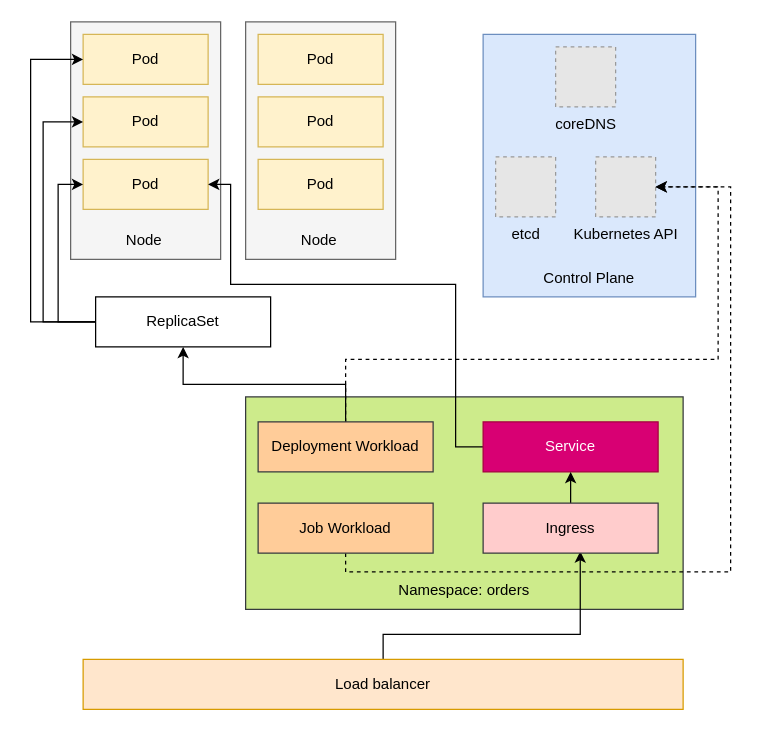
The draw.io diagram ch14.drawio in abunuwas/microservices-apis-img, before the edit. Source tidied: cells renumbered, new cells numbered last; positions are measured from the earlier drawing's top-left corner, leaving out a move shared by most shapes. Both pictures are drawn from the tidied source at 125%, with x=0, y=0 at pixel (30, 21). Pictures stored in the file or linked from it are replaced by grey dashed boxes.
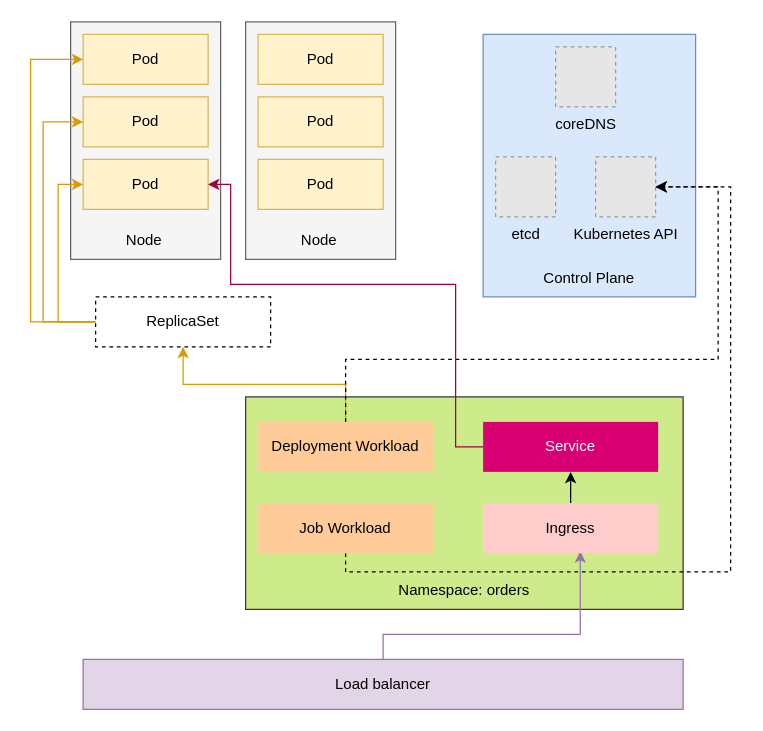
After the change.

The change refers to these unchanged cells:
```xml
<mxCell id="16" value="Pod" style="text;html=1;strokeColor=#d6b656;fillColor=#fff2cc;align=center;verticalAlign=middle;whiteSpace=wrap;rounded=0;" parent="1" vertex="1">
  <mxGeometry x="42" y="10" width="100" height="40" as="geometry" />
</mxCell>
<mxCell id="17" value="Pod" style="text;html=1;strokeColor=#d6b656;fillColor=#fff2cc;align=center;verticalAlign=middle;whiteSpace=wrap;rounded=0;" parent="1" vertex="1">
  <mxGeometry x="42" y="60" width="100" height="40" as="geometry" />
</mxCell>
<mxCell id="18" value="Pod" style="text;html=1;strokeColor=#d6b656;fillColor=#fff2cc;align=center;verticalAlign=middle;whiteSpace=wrap;rounded=0;" parent="1" vertex="1">
  <mxGeometry x="42" y="110" width="100" height="40" as="geometry" />
</mxCell>
```

The edit, as a diff of the source:
```diff
@@
-    <mxCell id="8" style="edgeStyle=orthogonalEdgeStyle;rounded=0;jettySize=auto;html=1;entryX=0.5;entryY=1;entryDx=0;entryDy=0;" parent="1" edge="1" source="10" target="33">
+    <mxCell id="8" style="edgeStyle=orthogonalEdgeStyle;rounded=0;jettySize=auto;html=1;entryX=0.5;entryY=1;entryDx=0;entryDy=0;fillColor=#ffe6cc;strokeColor=#d79b00;" parent="1" edge="1" source="10" target="33">
       <mxGeometry relative="1" as="geometry" />
     </mxCell>
@@
-    <mxCell id="10" value="Deployment Workload" style="rounded=0;whiteSpace=wrap;html=1;fillColor=#ffcc99;strokeColor=#36393d;" parent="1" vertex="1">
+    <mxCell id="10" value="Deployment Workload" style="rounded=0;whiteSpace=wrap;html=1;fillColor=#ffcc99;strokeColor=none;" parent="1" vertex="1">
       <mxGeometry x="182" y="320" width="140" height="40" as="geometry" />
     </mxCell>
@@
-    <mxCell id="12" value="Job Workload" style="rounded=0;whiteSpace=wrap;html=1;fillColor=#ffcc99;strokeColor=#36393d;" parent="1" vertex="1">
+    <mxCell id="12" value="Job Workload" style="rounded=0;whiteSpace=wrap;html=1;fillColor=#ffcc99;strokeColor=none;" parent="1" vertex="1">
       <mxGeometry x="182" y="385" width="140" height="40" as="geometry" />
     </mxCell>
@@
-    <mxCell id="24" style="edgeStyle=orthogonalEdgeStyle;rounded=0;jettySize=auto;html=1;entryX=1;entryY=0.5;entryDx=0;entryDy=0;" parent="1" edge="1" source="25" target="18">
+    <mxCell id="24" style="edgeStyle=orthogonalEdgeStyle;rounded=0;jettySize=auto;html=1;entryX=1;entryY=0.5;entryDx=0;entryDy=0;fillColor=#d80073;strokeColor=#A50040;" parent="1" edge="1" source="25" target="18">
       <mxGeometry relative="1" as="geometry">
         <Array as="points">
           <mxPoint x="340" y="340" />
           <mxPoint x="340" y="210" />
           <mxPoint x="160" y="210" />
           <mxPoint x="160" y="130" />
         </Array>
       </mxGeometry>
     </mxCell>
-    <mxCell id="25" value="Service" style="rounded=0;whiteSpace=wrap;html=1;strokeColor=#A50040;fillColor=#d80073;fontColor=#ffffff;" parent="1" vertex="1">
+    <mxCell id="25" value="Service" style="rounded=0;whiteSpace=wrap;html=1;strokeColor=none;fillColor=#d80073;fontColor=#ffffff;" parent="1" vertex="1">
       <mxGeometry x="362" y="320" width="140" height="40" as="geometry" />
     </mxCell>
-    <mxCell id="26" style="edgeStyle=orthogonalEdgeStyle;rounded=0;jettySize=auto;html=1;entryX=0.555;entryY=0.967;entryDx=0;entryDy=0;entryPerimeter=0;" parent="1" edge="1" source="27" target="29">
+    <mxCell id="26" style="edgeStyle=orthogonalEdgeStyle;rounded=0;jettySize=auto;html=1;entryX=0.555;entryY=0.967;entryDx=0;entryDy=0;entryPerimeter=0;fillColor=#e1d5e7;strokeColor=#9673a6;" parent="1" edge="1" source="27" target="29">
       <mxGeometry relative="1" as="geometry">
         <Array as="points">
           <mxPoint x="282" y="490" />
           <mxPoint x="440" y="490" />
         </Array>
       </mxGeometry>
     </mxCell>
-    <mxCell id="27" value="Load balancer" style="rounded=0;whiteSpace=wrap;html=1;strokeColor=#d79b00;fillColor=#ffe6cc;" parent="1" vertex="1">
+    <mxCell id="27" value="Load balancer" style="rounded=0;whiteSpace=wrap;html=1;strokeColor=#9673a6;fillColor=#e1d5e7;" parent="1" vertex="1">
       <mxGeometry x="42" y="510" width="480" height="40" as="geometry" />
     </mxCell>
-    <mxCell id="28" style="edgeStyle=orthogonalEdgeStyle;rounded=0;jettySize=auto;html=1;" parent="1" edge="1" source="29" target="25">
+    <mxCell id="28" style="edgeStyle=orthogonalEdgeStyle;rounded=0;jettySize=auto;html=1;fillColor=#fad9d5;strokeColor=#000000;" parent="1" edge="1" source="29" target="25">
       <mxGeometry relative="1" as="geometry" />
     </mxCell>
-    <mxCell id="29" value="Ingress" style="rounded=0;whiteSpace=wrap;html=1;strokeColor=#36393d;fillColor=#ffcccc;" parent="1" vertex="1">
+    <mxCell id="29" value="Ingress" style="rounded=0;whiteSpace=wrap;html=1;strokeColor=none;fillColor=#ffcccc;" parent="1" vertex="1">
       <mxGeometry x="362" y="385" width="140" height="40" as="geometry" />
     </mxCell>
-    <mxCell id="30" style="edgeStyle=orthogonalEdgeStyle;rounded=0;jettySize=auto;html=1;entryX=0;entryY=0.5;entryDx=0;entryDy=0;" parent="1" edge="1" source="33" target="16">
+    <mxCell id="30" style="edgeStyle=orthogonalEdgeStyle;rounded=0;jettySize=auto;html=1;entryX=0;entryY=0.5;entryDx=0;entryDy=0;fillColor=#ffe6cc;strokeColor=#d79b00;" parent="1" edge="1" source="33" target="16">
       <mxGeometry relative="1" as="geometry">
         <Array as="points">
           <mxPoint y="240" />
           <mxPoint y="30" />
         </Array>
       </mxGeometry>
     </mxCell>
-    <mxCell id="31" style="edgeStyle=orthogonalEdgeStyle;rounded=0;jettySize=auto;html=1;entryX=0;entryY=0.5;entryDx=0;entryDy=0;" parent="1" edge="1" source="33" target="17">
+    <mxCell id="31" style="edgeStyle=orthogonalEdgeStyle;rounded=0;jettySize=auto;html=1;entryX=0;entryY=0.5;entryDx=0;entryDy=0;fillColor=#ffe6cc;strokeColor=#d79b00;" parent="1" edge="1" source="33" target="17">
       <mxGeometry relative="1" as="geometry">
         <Array as="points">
           <mxPoint x="10" y="240" />
           <mxPoint x="10" y="80" />
         </Array>
       </mxGeometry>
     </mxCell>
-    <mxCell id="32" style="edgeStyle=orthogonalEdgeStyle;rounded=0;jettySize=auto;html=1;entryX=0;entryY=0.5;entryDx=0;entryDy=0;" parent="1" edge="1" source="33" target="18">
+    <mxCell id="32" style="edgeStyle=orthogonalEdgeStyle;rounded=0;jettySize=auto;html=1;entryX=0;entryY=0.5;entryDx=0;entryDy=0;fillColor=#ffe6cc;strokeColor=#d79b00;" parent="1" edge="1" source="33" target="18">
       <mxGeometry relative="1" as="geometry">
         <Array as="points">
           <mxPoint x="22" y="240" />
           <mxPoint x="22" y="130" />
         </Array>
       </mxGeometry>
     </mxCell>
-    <mxCell id="33" value="ReplicaSet" style="rounded=0;whiteSpace=wrap;html=1;fillColor=none;" parent="1" vertex="1">
+    <mxCell id="33" value="ReplicaSet" style="rounded=0;whiteSpace=wrap;html=1;fillColor=none;dashed=1;" parent="1" vertex="1">
       <mxGeometry x="52" y="220" width="140" height="40" as="geometry" />
     </mxCell>
```
